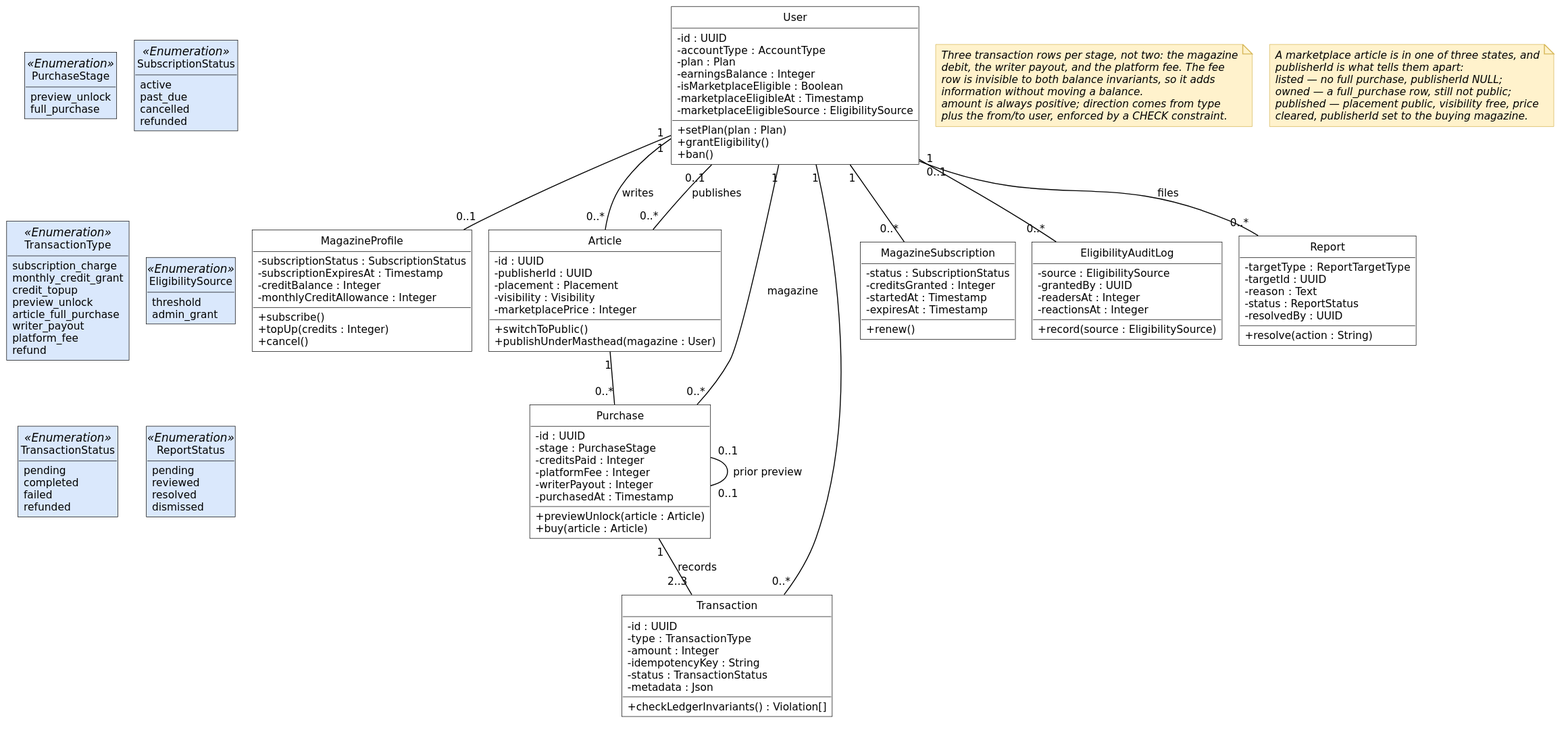
Earlier version of the PlantUML export diagrams/fig-6-2-classes-sprint-5/fig-6-2-classes-sprint-5.svg (inkwell-dev/spec.inkwell.ai).
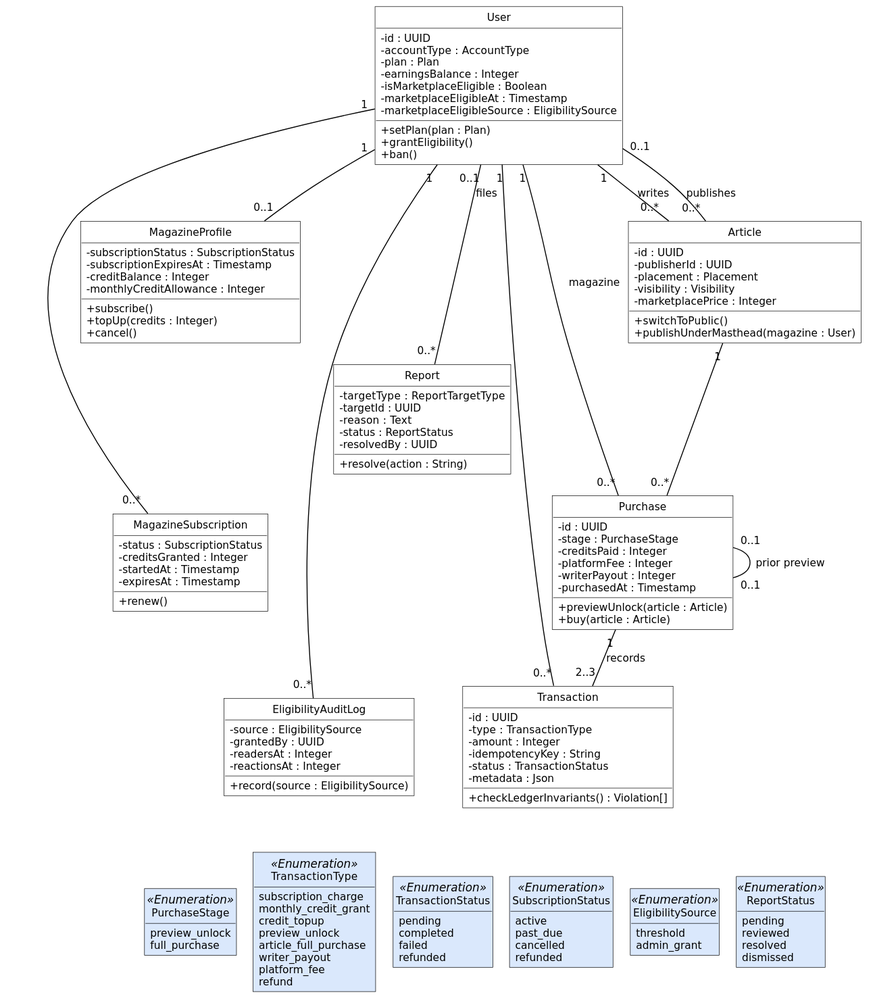
After the commit.

The edit, as a diff of the source:
```diff
@@ -126,27 +126,13 @@
 User "1" -- "0..*" EligibilityAuditLog
 User "0..1" -- "0..*" Report : files
 
-note as N1
-  Three transaction rows per stage, not two: the magazine
-  debit, the writer payout, and the platform fee. The fee
-  row is invisible to both balance invariants, so it adds
-  information without moving a balance.
-  amount is always positive; direction comes from type
-  plus the from/to user, enforced by a CHECK constraint.
-end note
-
-note as N2
-  A marketplace article is in one of three states, and
-  publisherId is what tells them apart:
-  listed — no full purchase, publisherId NULL;
-  owned — a full_purchase row, still not public;
-  published — placement public, visibility free, price
-  cleared, publisherId set to the buying magazine.
-end note
-
-PurchaseStage -[hidden]down- TransactionType
-TransactionType -[hidden]down- TransactionStatus
-SubscriptionStatus -[hidden]down- EligibilitySource
-EligibilitySource -[hidden]down- ReportStatus
-PurchaseStage -[hidden]right- SubscriptionStatus
+MagazineProfile -[hidden]down- MagazineSubscription
+MagazineSubscription -[hidden]down- EligibilityAuditLog
+Report -[hidden]down- EligibilityAuditLog
+MagazineSubscription -[hidden]-- PurchaseStage
+PurchaseStage -[hidden]right- TransactionType
+TransactionType -[hidden]right- TransactionStatus
+TransactionStatus -[hidden]right- SubscriptionStatus
+SubscriptionStatus -[hidden]right- EligibilitySource
+EligibilitySource -[hidden]right- ReportStatus
 @enduml
```
